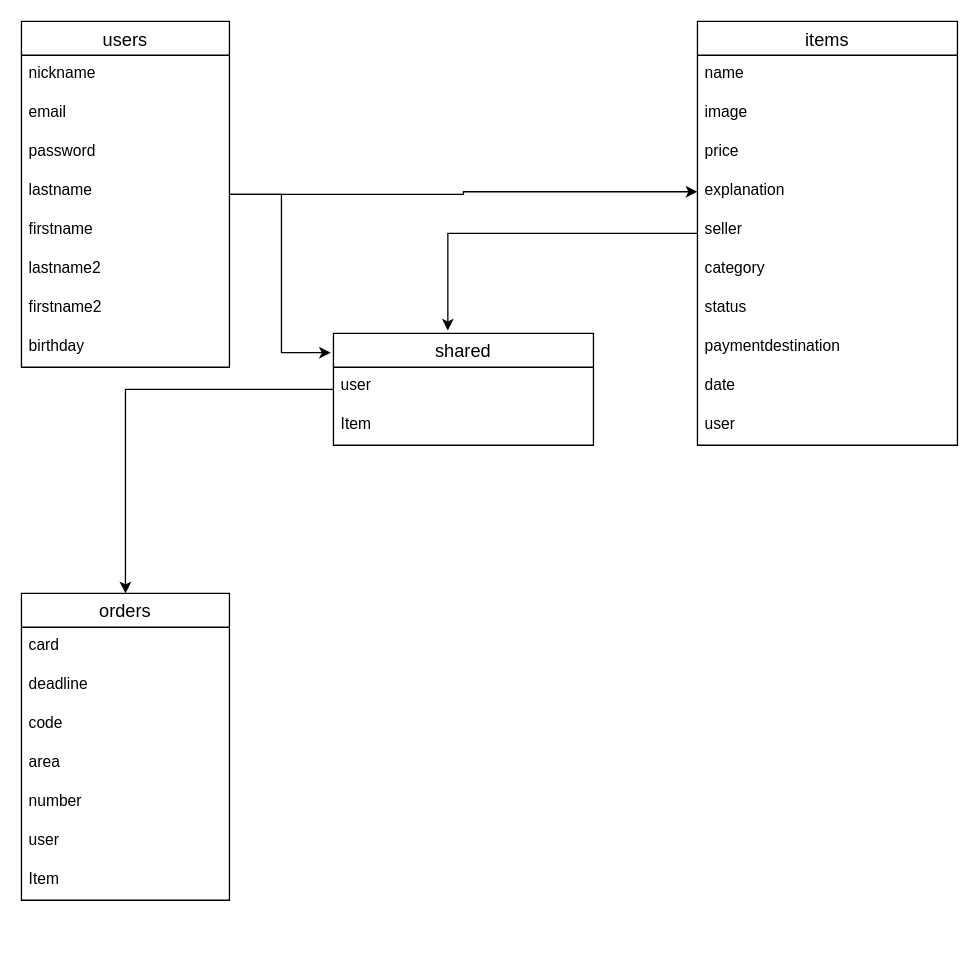
This is ER図.dio from Koutoubu/furima-35645, a draw.io file, before an edit. Source tidied: cells renumbered, new cells numbered last; positions are measured from the earlier drawing's top-left corner, leaving out a move shared by most shapes. Both pictures are drawn from the tidied source at 130%, with x=0, y=0 at pixel (21, 21).
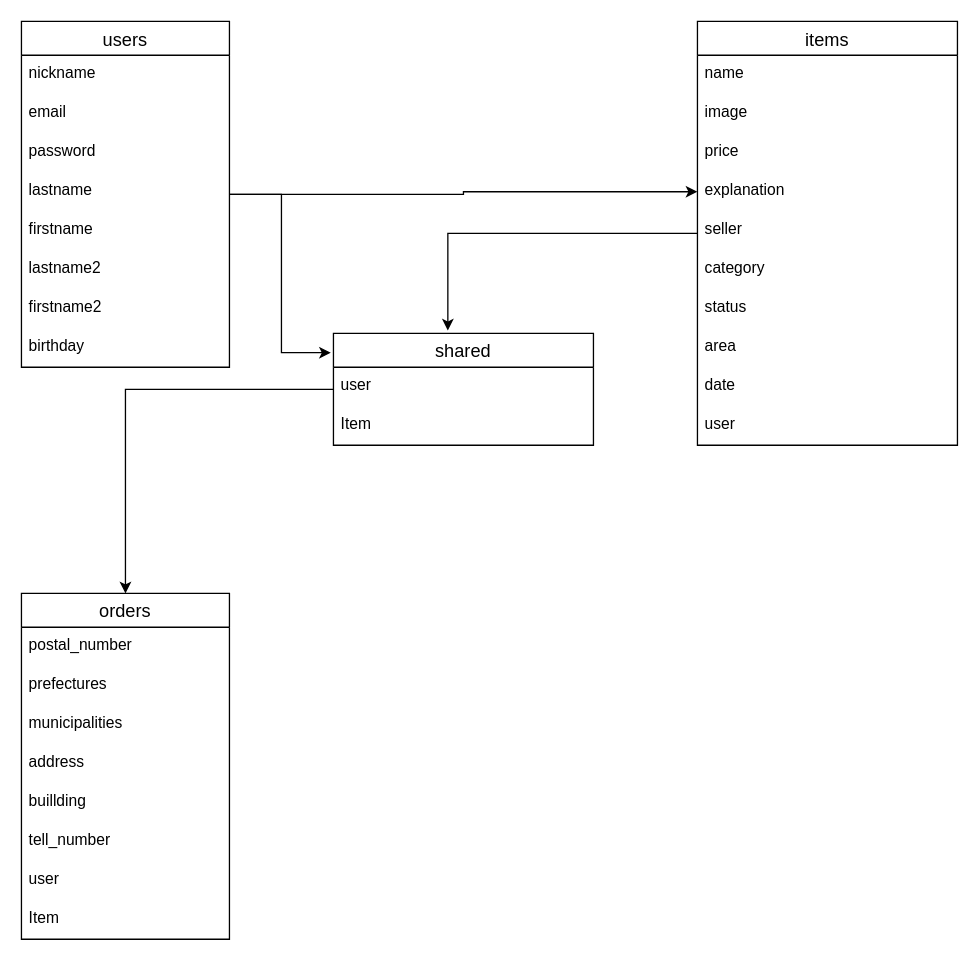
The same diagram, later.

The change refers to these unchanged cells:
```xml
<mxCell id="3" value="items" style="swimlane;fontStyle=0;horizontal=1;startSize=26;align=center;fontSize=14;" parent="1" vertex="1">
  <mxGeometry x="520" width="200" height="326" as="geometry" />
</mxCell>
```

Diff of the diagram source:
```diff
@@
-    <mxCell id="11" value="paymentdestination" style="text;strokeColor=none;fillColor=none;spacingLeft=4;spacingRight=4;overflow=hidden;fontSize=12;align=left;" parent="3" vertex="1">
+    <mxCell id="11" value="area" style="text;strokeColor=none;fillColor=none;spacingLeft=4;spacingRight=4;overflow=hidden;fontSize=12;align=left;" parent="3" vertex="1">
       <mxGeometry y="236" width="200" height="30" as="geometry" />
     </mxCell>
@@
     <mxCell id="18" value="orders" style="swimlane;fontStyle=0;horizontal=1;startSize=26;align=center;fontSize=14;" parent="1" vertex="1">
-      <mxGeometry y="440" width="160" height="236" as="geometry" />
+      <mxGeometry y="440" width="160" height="266" as="geometry" />
     </mxCell>
-    <mxCell id="19" value="card" style="text;strokeColor=none;fillColor=none;spacingLeft=4;spacingRight=4;overflow=hidden;fontSize=12;" parent="18" vertex="1">
-      <mxGeometry y="26" width="160" height="30" as="geometry" />
-    </mxCell>
-    <mxCell id="20" value="deadline" style="text;strokeColor=none;fillColor=none;spacingLeft=4;spacingRight=4;overflow=hidden;fontSize=12;" parent="18" vertex="1">
-      <mxGeometry y="56" width="160" height="30" as="geometry" />
+    <mxCell id="20" value="postal_number" style="text;strokeColor=none;fillColor=none;spacingLeft=4;spacingRight=4;overflow=hidden;fontSize=12;" parent="18" vertex="1">
+      <mxGeometry y="26" width="160" height="30" as="geometry" />
     </mxCell>
-    <mxCell id="21" value="code" style="text;strokeColor=none;fillColor=none;spacingLeft=4;spacingRight=4;overflow=hidden;fontSize=12;" parent="18" vertex="1">
-      <mxGeometry y="86" width="160" height="30" as="geometry" />
+    <mxCell id="21" value="prefectures" style="text;strokeColor=none;fillColor=none;spacingLeft=4;spacingRight=4;overflow=hidden;fontSize=12;" parent="18" vertex="1">
+      <mxGeometry y="56" width="160" height="30" as="geometry" />
     </mxCell>
-    <mxCell id="22" value="area" style="text;strokeColor=none;fillColor=none;spacingLeft=4;spacingRight=4;overflow=hidden;fontSize=12;align=left;" parent="18" vertex="1">
-      <mxGeometry y="116" width="160" height="30" as="geometry" />
+    <mxCell id="22" value="municipalities" style="text;strokeColor=none;fillColor=none;spacingLeft=4;spacingRight=4;overflow=hidden;fontSize=12;align=left;" parent="18" vertex="1">
+      <mxGeometry y="86" width="160" height="30" as="geometry" />
     </mxCell>
-    <mxCell id="23" value="number" style="text;strokeColor=none;fillColor=none;spacingLeft=4;spacingRight=4;overflow=hidden;fontSize=12;align=left;" parent="18" vertex="1">
-      <mxGeometry y="146" width="160" height="30" as="geometry" />
+    <mxCell id="23" value="address" style="text;strokeColor=none;fillColor=none;spacingLeft=4;spacingRight=4;overflow=hidden;fontSize=12;align=left;" parent="18" vertex="1">
+      <mxGeometry y="116" width="160" height="30" as="geometry" />
     </mxCell>
+    <mxCell id="37" value="buillding" style="text;strokeColor=none;fillColor=none;spacingLeft=4;spacingRight=4;overflow=hidden;fontSize=12;" parent="18" vertex="1">
+      <mxGeometry y="146" width="160" height="30" as="geometry" />
+    </mxCell>
+    <mxCell id="38" value="tell_number" style="text;strokeColor=none;fillColor=none;spacingLeft=4;spacingRight=4;overflow=hidden;fontSize=12;" parent="18" vertex="1">
+      <mxGeometry y="176" width="160" height="30" as="geometry" />
+    </mxCell>
     <mxCell id="24" value="user" style="text;strokeColor=none;fillColor=none;spacingLeft=4;spacingRight=4;overflow=hidden;fontSize=12;align=left;" parent="18" vertex="1">
-      <mxGeometry y="176" width="160" height="30" as="geometry" />
+      <mxGeometry y="206" width="160" height="30" as="geometry" />
     </mxCell>
     <mxCell id="25" value="Item" style="text;strokeColor=none;fillColor=none;spacingLeft=4;spacingRight=4;overflow=hidden;fontSize=12;" parent="18" vertex="1">
-      <mxGeometry y="206" width="160" height="30" as="geometry" />
+      <mxGeometry y="236" width="160" height="30" as="geometry" />
     </mxCell>
```
